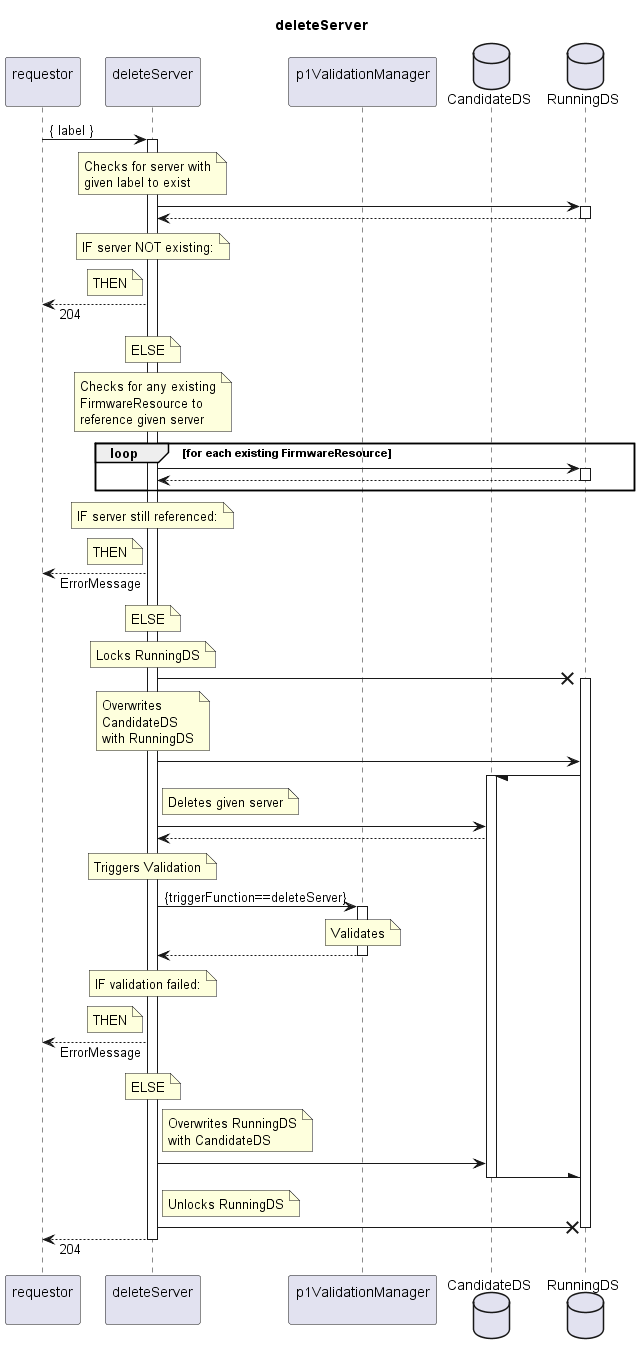
This is spec/Services/deleteServer/1.0.0/deleteServer.png from openBackhaul/FirmWareManager, a PlantUML export, as it was before one commit. Source of this version:
```plantuml
@startuml deleteServer
skinparam responseMessageBelowArrow true

title
  deleteServer
end title

participant "requestor\n" as requestor
participant "deleteServer\n" as delServer
participant "p1ValidationManager\n" as valiMan
database "CandidateDS" as CanDS
database "RunningDS" as RunDS

requestor -> delServer: { label }
activate delServer

  note over delServer
    Checks for server with
    given label to exist
  end note
  delServer -> RunDS
  activate RunDS
  delServer <-- RunDS
  deactivate RunDS
  note over delServer
    IF server NOT existing:
  end note
  note left delServer
    THEN
  end note
  requestor <-- delServer: 204
  note over delServer
    ELSE
  end note

  note over delServer
    Checks for any existing
    FirmwareResource to
    reference given server
  end note
  loop for each existing FirmwareResource
    delServer -> RunDS
    activate RunDS
    delServer <-- RunDS
    deactivate RunDS
  end loop
  note over delServer
    IF server still referenced:
  end note
  note left delServer
    THEN
  end note
  requestor <-- delServer: ErrorMessage
  note over delServer
    ELSE
  end note

  note over delServer
    Locks RunningDS
  end note
  delServer -X RunDS
  activate RunDS

  note over delServer
    Overwrites
    CandidateDS
    with RunningDS
  end note
  delServer -> RunDS
  RunDS -/ CanDS
  activate CanDS

  note right delServer
    Deletes given server
  end note
  delServer -> CanDS
  delServer <-- CanDS

  note over delServer
    Triggers Validation
  end note
  delServer -> valiMan: {triggerFunction==deleteServer}
  activate valiMan
    note over valiMan
      Validates
    end note
  delServer <-- valiMan
  deactivate valiMan
  note over delServer
    IF validation failed:
  end note
  note left delServer
    THEN
  end note
  requestor <-- delServer: ErrorMessage
  note over delServer
    ELSE
  end note

  note right delServer
    Overwrites RunningDS
    with CandidateDS
  end note
  delServer -> CanDS
  CanDS -\ RunDS
  deactivate CanDS

  note right delServer
    Unlocks RunningDS
  end note
  delServer -X RunDS
  deactivate RunDS

  requestor <-- delServer: 204

deactivate delServer

@enduml
```
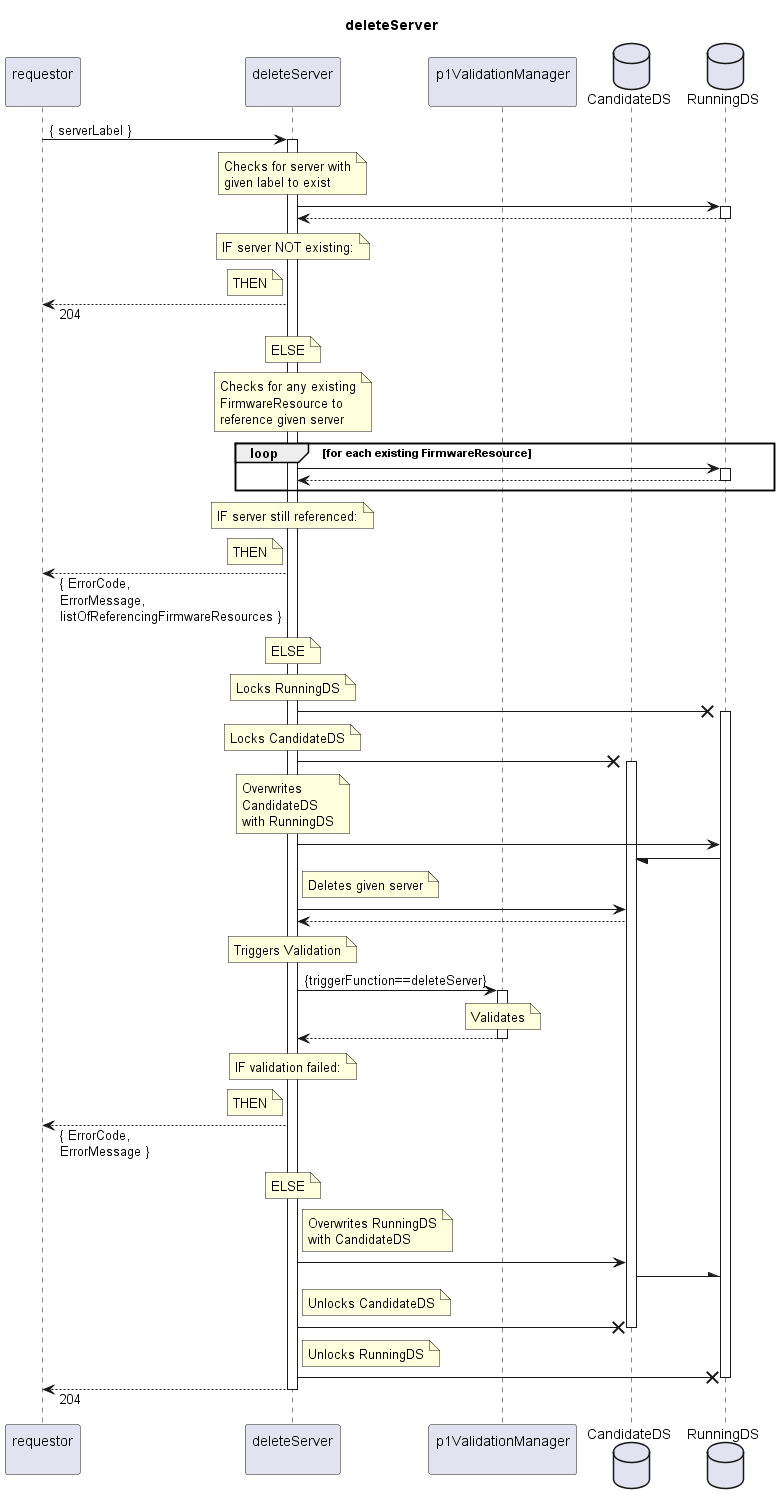
After the commit.

The edit, as a diff of the source:
```diff
@@ -11,7 +11,7 @@
 database "CandidateDS" as CanDS
 database "RunningDS" as RunDS
 
-requestor -> delServer: { label }
+requestor -> delServer: { serverLabel }
 activate delServer
 
   note over delServer
@@ -50,7 +50,7 @@
   note left delServer
     THEN
   end note
-  requestor <-- delServer: ErrorMessage
+  requestor <-- delServer: { ErrorCode,\nErrorMessage,\nlistOfReferencingFirmwareResources }
   note over delServer
     ELSE
   end note
@@ -60,7 +60,11 @@
   end note
   delServer -X RunDS
   activate RunDS
-
+  note over delServer
+    Locks CandidateDS
+  end note
+  delServer -X CanDS
+  activate CanDS
   note over delServer
     Overwrites
     CandidateDS
@@ -68,7 +72,6 @@
   end note
   delServer -> RunDS
   RunDS -/ CanDS
-  activate CanDS
 
   note right delServer
     Deletes given server
@@ -92,7 +95,7 @@
   note left delServer
     THEN
   end note
-  requestor <-- delServer: ErrorMessage
+  requestor <-- delServer: { ErrorCode,\nErrorMessage }
   note over delServer
     ELSE
   end note
@@ -103,8 +106,11 @@
   end note
   delServer -> CanDS
   CanDS -\ RunDS
+  note right delServer
+    Unlocks CandidateDS
+  end note
+  delServer -X CanDS
   deactivate CanDS
-
   note right delServer
     Unlocks RunningDS
   end note
```
